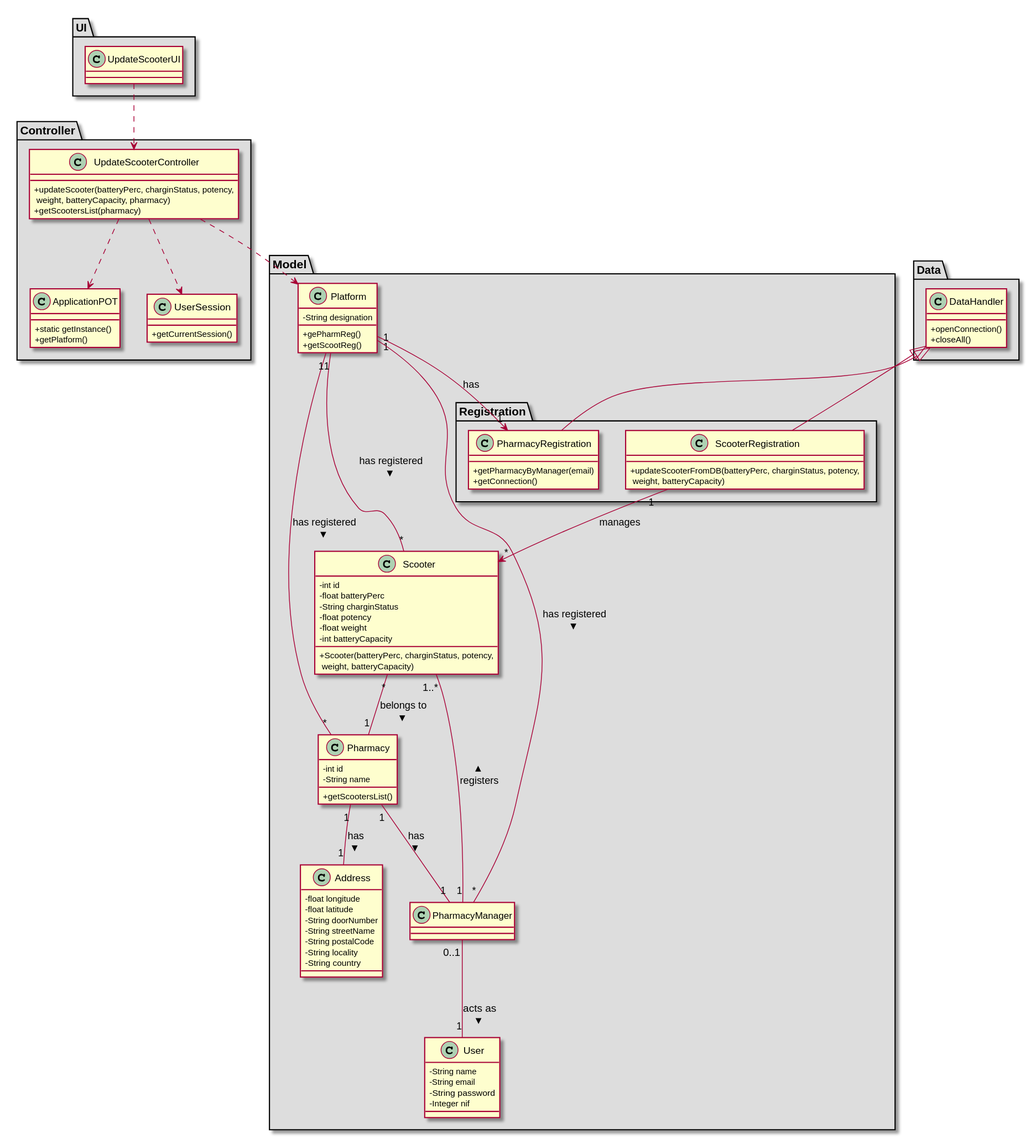
The PlantUML diagram docs/Iteration 1/Scooter Management/US32_UpdateScooter/US32_CD.svg in tiagoavcosta25/LAPR3, before a commit.
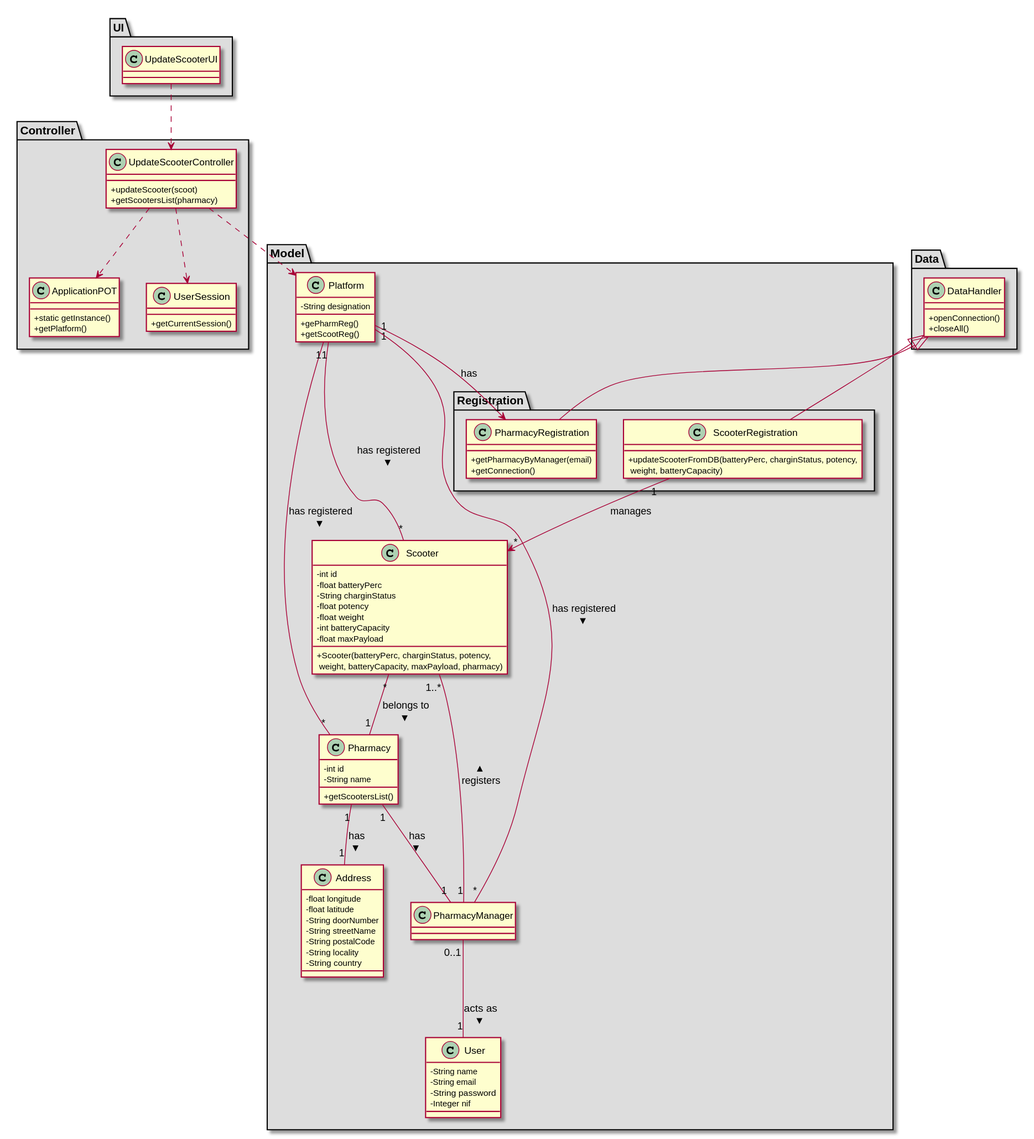
The same diagram one commit later.

Change to the diagram source:
```diff
@@ -10,7 +10,7 @@
 
 package "Controller" #DDDDDD {
 class UpdateScooterController{
-+updateScooter(batteryPerc, charginStatus, potency,\n weight, batteryCapacity, pharmacy)
++updateScooter(scoot)
 +getScootersList(pharmacy)
 }
 
@@ -53,7 +53,8 @@
   -float potency
   -float weight
   -int batteryCapacity
-  +Scooter(batteryPerc, charginStatus, potency,\n weight, batteryCapacity)
+  -float maxPayload
+  +Scooter(batteryPerc, charginStatus, potency,\n weight, batteryCapacity, maxPayload, pharmacy)
 }
 
 class Address{
```
